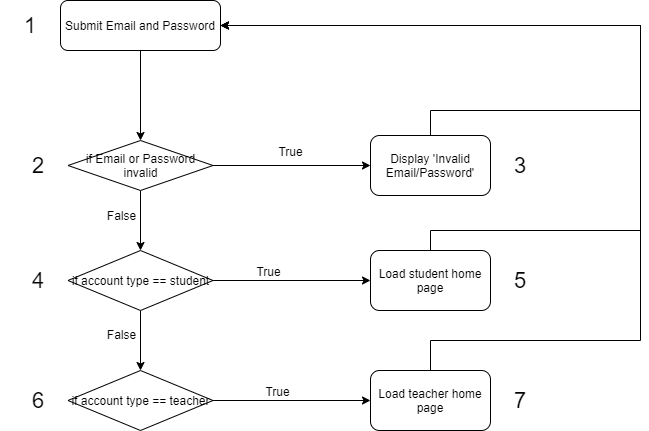
Before: Documentations/Lab 4/White Box Testing/White Box Testing Diagrams-Login.png, a diagram exported from draw.io (gnohgnij/CZ3003-Group1). Source tidied: cells renumbered, new cells last; positions are measured from the earlier drawing's top-left corner, leaving out a move shared by most shapes. The source it was exported from:
```xml
<mxGraphModel>
  <root>
    <mxCell id="0" />
    <mxCell id="1" parent="0" />
    <mxCell id="2" style="edgeStyle=orthogonalEdgeStyle;rounded=0;jettySize=auto;html=1;exitX=0.5;exitY=1;exitDx=0;exitDy=0;entryX=0.5;entryY=0;entryDx=0;entryDy=0;fontSize=12;" parent="1" edge="1" source="3" target="8">
      <mxGeometry relative="1" as="geometry" />
    </mxCell>
    <mxCell id="3" value="&lt;p style=&quot;font-size: 12px;&quot;&gt;&lt;font style=&quot;font-size: 12px&quot;&gt;Submit Email and Password&lt;/font&gt;&lt;/p&gt;" style="rounded=1;whiteSpace=wrap;html=1;fontSize=12;align=center;" parent="1" vertex="1">
      <mxGeometry x="60" width="160" height="50" as="geometry" />
    </mxCell>
    <mxCell id="4" style="edgeStyle=orthogonalEdgeStyle;rounded=0;jettySize=auto;html=1;exitX=1;exitY=0.5;exitDx=0;exitDy=0;entryX=0;entryY=0.5;entryDx=0;entryDy=0;fontSize=12;" parent="1" edge="1" source="8" target="15">
      <mxGeometry relative="1" as="geometry" />
    </mxCell>
    <mxCell id="5" value="True" style="edgeLabel;html=1;align=center;verticalAlign=middle;fontSize=12;" parent="4" vertex="1">
      <mxGeometry x="-0.32" y="-1" relative="1" as="geometry">
        <mxPoint x="23" y="-16" as="offset" />
      </mxGeometry>
    </mxCell>
    <mxCell id="6" style="edgeStyle=orthogonalEdgeStyle;rounded=0;jettySize=auto;html=1;exitX=0.5;exitY=1;exitDx=0;exitDy=0;entryX=0.5;entryY=0;entryDx=0;entryDy=0;fontSize=12;" parent="1" edge="1" source="8" target="13">
      <mxGeometry relative="1" as="geometry" />
    </mxCell>
    <mxCell id="7" value="False" style="edgeLabel;html=1;align=center;verticalAlign=middle;fontSize=12;" parent="6" vertex="1">
      <mxGeometry x="-0.21" relative="1" as="geometry">
        <mxPoint x="-20" as="offset" />
      </mxGeometry>
    </mxCell>
    <mxCell id="8" value="if Email or Password invalid" style="rhombus;whiteSpace=wrap;html=1;fontSize=12;align=center;" parent="1" vertex="1">
      <mxGeometry x="67.5" y="140" width="145" height="50" as="geometry" />
    </mxCell>
    <mxCell id="9" style="edgeStyle=orthogonalEdgeStyle;rounded=0;jettySize=auto;html=1;exitX=0.5;exitY=1;exitDx=0;exitDy=0;entryX=0.5;entryY=0;entryDx=0;entryDy=0;fontSize=12;" parent="1" edge="1" source="13" target="18">
      <mxGeometry relative="1" as="geometry" />
    </mxCell>
    <mxCell id="10" value="False" style="edgeLabel;html=1;align=center;verticalAlign=middle;fontSize=12;" parent="9" vertex="1">
      <mxGeometry x="-0.22" relative="1" as="geometry">
        <mxPoint x="-20" as="offset" />
      </mxGeometry>
    </mxCell>
    <mxCell id="11" style="edgeStyle=orthogonalEdgeStyle;rounded=0;jettySize=auto;html=1;exitX=1;exitY=0.5;exitDx=0;exitDy=0;entryX=0;entryY=0.5;entryDx=0;entryDy=0;fontSize=12;" parent="1" edge="1" source="13" target="20">
      <mxGeometry relative="1" as="geometry" />
    </mxCell>
    <mxCell id="12" value="True" style="edgeLabel;html=1;align=center;verticalAlign=middle;fontSize=12;" parent="11" vertex="1">
      <mxGeometry x="-0.42" y="1" relative="1" as="geometry">
        <mxPoint x="9" y="-9" as="offset" />
      </mxGeometry>
    </mxCell>
    <mxCell id="13" value="if account type == student" style="rhombus;whiteSpace=wrap;html=1;fontSize=12;align=center;" parent="1" vertex="1">
      <mxGeometry x="67.5" y="250" width="145" height="60" as="geometry" />
    </mxCell>
    <mxCell id="14" style="edgeStyle=orthogonalEdgeStyle;rounded=0;jettySize=auto;html=1;exitX=0.5;exitY=0;exitDx=0;exitDy=0;entryX=1;entryY=0.5;entryDx=0;entryDy=0;" parent="1" edge="1" source="15" target="3">
      <mxGeometry relative="1" as="geometry">
        <Array as="points">
          <mxPoint x="430" y="110" />
          <mxPoint x="640" y="110" />
          <mxPoint x="640" y="25" />
        </Array>
      </mxGeometry>
    </mxCell>
    <mxCell id="15" value="Display 'Invalid Email/Password'" style="rounded=1;whiteSpace=wrap;html=1;fontSize=12;align=center;" parent="1" vertex="1">
      <mxGeometry x="370" y="135" width="120" height="60" as="geometry" />
    </mxCell>
    <mxCell id="16" style="edgeStyle=orthogonalEdgeStyle;rounded=0;jettySize=auto;html=1;exitX=1;exitY=0.5;exitDx=0;exitDy=0;entryX=0;entryY=0.5;entryDx=0;entryDy=0;fontSize=12;" parent="1" edge="1" source="18" target="22">
      <mxGeometry relative="1" as="geometry" />
    </mxCell>
    <mxCell id="17" value="True" style="edgeLabel;html=1;align=center;verticalAlign=middle;fontSize=12;" parent="16" vertex="1">
      <mxGeometry x="-0.19" y="-1" relative="1" as="geometry">
        <mxPoint y="-11" as="offset" />
      </mxGeometry>
    </mxCell>
    <mxCell id="18" value="if account type == teacher" style="rhombus;whiteSpace=wrap;html=1;fontSize=12;align=center;" parent="1" vertex="1">
      <mxGeometry x="67.5" y="370" width="145" height="60" as="geometry" />
    </mxCell>
    <mxCell id="19" style="edgeStyle=orthogonalEdgeStyle;rounded=0;jettySize=auto;html=1;exitX=0.5;exitY=0;exitDx=0;exitDy=0;entryX=1;entryY=0.5;entryDx=0;entryDy=0;" parent="1" edge="1" source="20" target="3">
      <mxGeometry relative="1" as="geometry">
        <Array as="points">
          <mxPoint x="430" y="230" />
          <mxPoint x="640" y="230" />
          <mxPoint x="640" y="25" />
        </Array>
      </mxGeometry>
    </mxCell>
    <mxCell id="20" value="Load student home page" style="rounded=1;whiteSpace=wrap;html=1;fontSize=12;align=center;" parent="1" vertex="1">
      <mxGeometry x="370" y="250" width="120" height="60" as="geometry" />
    </mxCell>
    <mxCell id="21" style="edgeStyle=orthogonalEdgeStyle;rounded=0;jettySize=auto;html=1;exitX=0.5;exitY=0;exitDx=0;exitDy=0;entryX=1;entryY=0.5;entryDx=0;entryDy=0;" parent="1" edge="1" source="22" target="3">
      <mxGeometry relative="1" as="geometry">
        <Array as="points">
          <mxPoint x="430" y="340" />
          <mxPoint x="640" y="340" />
          <mxPoint x="640" y="25" />
        </Array>
      </mxGeometry>
    </mxCell>
    <mxCell id="22" value="Load teacher home page" style="rounded=1;whiteSpace=wrap;html=1;fontSize=12;align=center;" parent="1" vertex="1">
      <mxGeometry x="370" y="370" width="120" height="60" as="geometry" />
    </mxCell>
    <mxCell id="23" value="&lt;font style=&quot;font-size: 22px&quot;&gt;1&lt;/font&gt;" style="text;html=1;strokeColor=none;fillColor=none;align=center;verticalAlign=middle;whiteSpace=wrap;rounded=0;fontSize=12;" parent="1" vertex="1">
      <mxGeometry y="10" width="60" height="30" as="geometry" />
    </mxCell>
    <mxCell id="24" value="&lt;font style=&quot;font-size: 22px&quot;&gt;2&lt;/font&gt;" style="text;html=1;strokeColor=none;fillColor=none;align=center;verticalAlign=middle;whiteSpace=wrap;rounded=0;fontSize=12;" parent="1" vertex="1">
      <mxGeometry x="7.5" y="150" width="60" height="30" as="geometry" />
    </mxCell>
    <mxCell id="25" value="&lt;font style=&quot;font-size: 22px&quot;&gt;3&lt;/font&gt;" style="text;html=1;strokeColor=none;fillColor=none;align=center;verticalAlign=middle;whiteSpace=wrap;rounded=0;fontSize=12;" parent="1" vertex="1">
      <mxGeometry x="490" y="150" width="60" height="30" as="geometry" />
    </mxCell>
    <mxCell id="26" value="&lt;span style=&quot;font-size: 22px&quot;&gt;4&lt;/span&gt;" style="text;html=1;strokeColor=none;fillColor=none;align=center;verticalAlign=middle;whiteSpace=wrap;rounded=0;fontSize=12;" parent="1" vertex="1">
      <mxGeometry x="7.5" y="265" width="60" height="30" as="geometry" />
    </mxCell>
    <mxCell id="27" value="&lt;font style=&quot;font-size: 22px&quot;&gt;5&lt;/font&gt;" style="text;html=1;strokeColor=none;fillColor=none;align=center;verticalAlign=middle;whiteSpace=wrap;rounded=0;fontSize=12;" parent="1" vertex="1">
      <mxGeometry x="490" y="265" width="60" height="30" as="geometry" />
    </mxCell>
    <mxCell id="28" value="&lt;font style=&quot;font-size: 22px&quot;&gt;6&lt;/font&gt;" style="text;html=1;strokeColor=none;fillColor=none;align=center;verticalAlign=middle;whiteSpace=wrap;rounded=0;fontSize=12;" parent="1" vertex="1">
      <mxGeometry x="7.5" y="385" width="60" height="30" as="geometry" />
    </mxCell>
    <mxCell id="29" value="&lt;font style=&quot;font-size: 22px&quot;&gt;7&lt;/font&gt;" style="text;html=1;strokeColor=none;fillColor=none;align=center;verticalAlign=middle;whiteSpace=wrap;rounded=0;fontSize=12;" parent="1" vertex="1">
      <mxGeometry x="490" y="385" width="60" height="30" as="geometry" />
    </mxCell>
  </root>
</mxGraphModel>
```
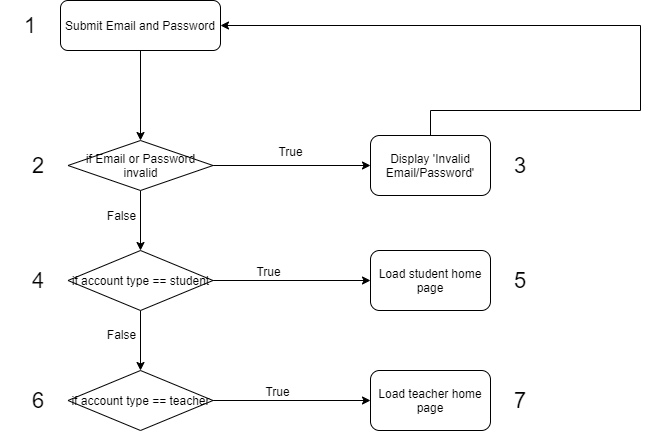
The same diagram one commit later.

The edit, as a diff of the source:
```diff
@@ -69,27 +69,9 @@
     <mxCell id="18" value="if account type == teacher" style="rhombus;whiteSpace=wrap;html=1;fontSize=12;align=center;" parent="1" vertex="1">
       <mxGeometry x="67.5" y="370" width="145" height="60" as="geometry" />
     </mxCell>
-    <mxCell id="19" style="edgeStyle=orthogonalEdgeStyle;rounded=0;jettySize=auto;html=1;exitX=0.5;exitY=0;exitDx=0;exitDy=0;entryX=1;entryY=0.5;entryDx=0;entryDy=0;" parent="1" edge="1" source="20" target="3">
-      <mxGeometry relative="1" as="geometry">
-        <Array as="points">
-          <mxPoint x="430" y="230" />
-          <mxPoint x="640" y="230" />
-          <mxPoint x="640" y="25" />
-        </Array>
-      </mxGeometry>
-    </mxCell>
     <mxCell id="20" value="Load student home page" style="rounded=1;whiteSpace=wrap;html=1;fontSize=12;align=center;" parent="1" vertex="1">
       <mxGeometry x="370" y="250" width="120" height="60" as="geometry" />
     </mxCell>
-    <mxCell id="21" style="edgeStyle=orthogonalEdgeStyle;rounded=0;jettySize=auto;html=1;exitX=0.5;exitY=0;exitDx=0;exitDy=0;entryX=1;entryY=0.5;entryDx=0;entryDy=0;" parent="1" edge="1" source="22" target="3">
-      <mxGeometry relative="1" as="geometry">
-        <Array as="points">
-          <mxPoint x="430" y="340" />
-          <mxPoint x="640" y="340" />
-          <mxPoint x="640" y="25" />
-        </Array>
-      </mxGeometry>
-    </mxCell>
     <mxCell id="22" value="Load teacher home page" style="rounded=1;whiteSpace=wrap;html=1;fontSize=12;align=center;" parent="1" vertex="1">
       <mxGeometry x="370" y="370" width="120" height="60" as="geometry" />
     </mxCell>
```
